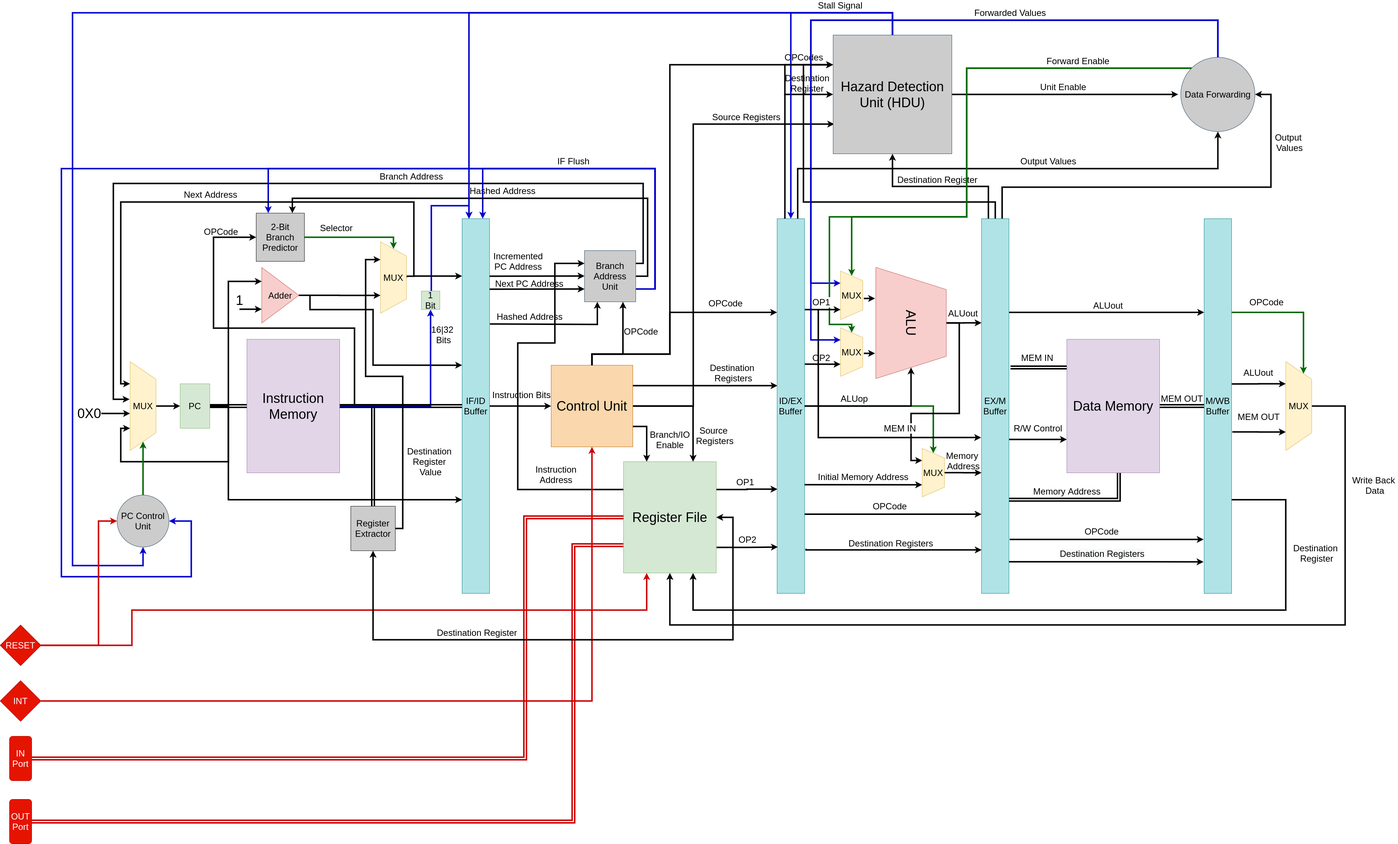
Above: docs/overall_system.png in mido3ds/pipeline-risc-cpu (draw.io), before the change. Source tidied: cells renumbered, new cells last; positions are measured from the earlier drawing's top-left corner, leaving out a move shared by most shapes.
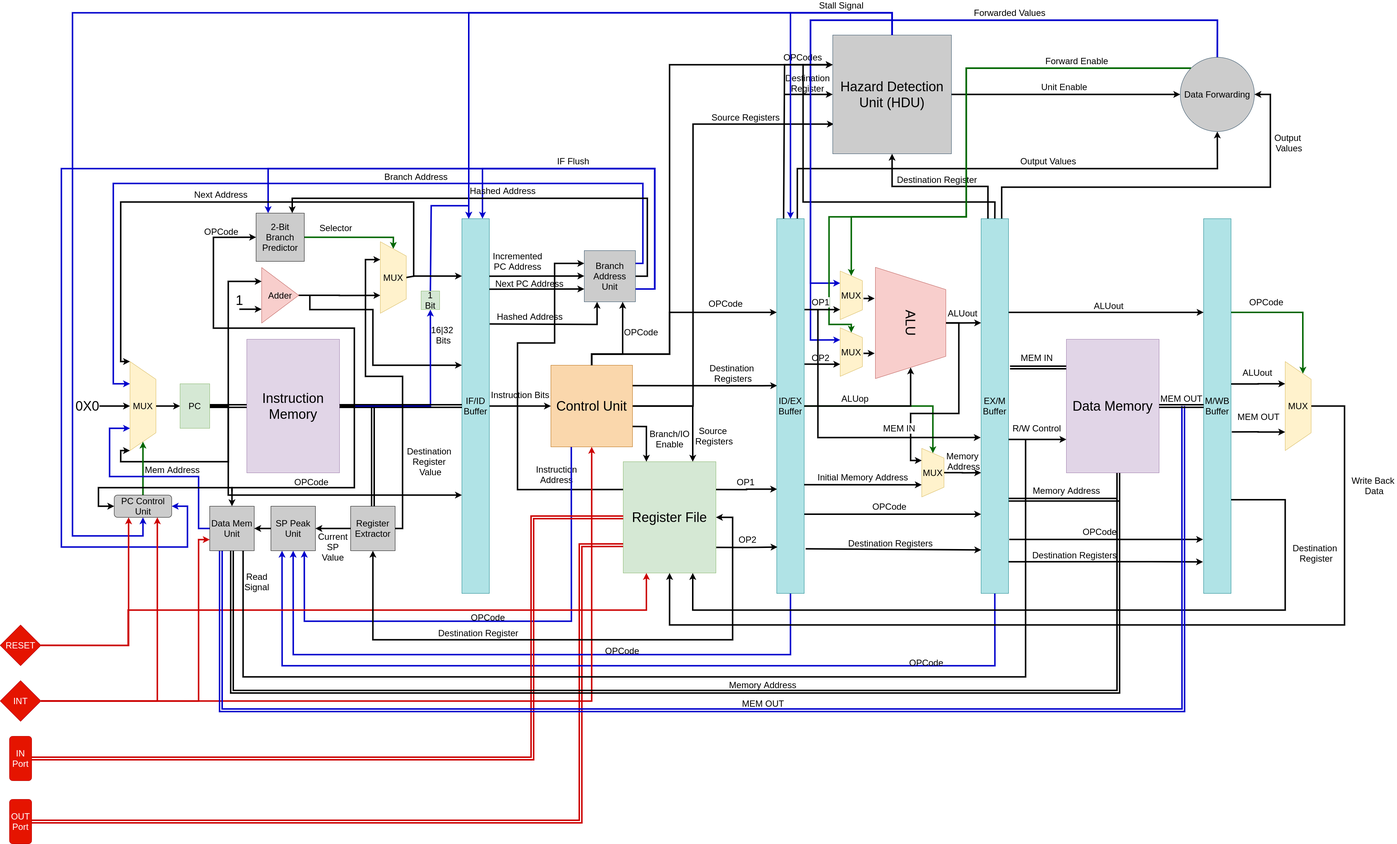
The same file after the commit.

Commit message:
added call and interrupt handling to overall design

The edit, as a diff of the source:
```diff
@@ -62,3 +62,3 @@
     </mxCell>
-    <mxCell id="14" style="edgeStyle=orthogonalEdgeStyle;rounded=0;jettySize=auto;html=1;exitX=1;exitY=0.5;exitDx=0;exitDy=0;entryX=0.75;entryY=1;entryDx=0;entryDy=0;strokeWidth=4;" parent="1" edge="1" source="16" target="11">
+    <mxCell id="14" style="edgeStyle=orthogonalEdgeStyle;rounded=0;jettySize=auto;html=1;exitX=1;exitY=0.5;exitDx=0;exitDy=0;entryX=1;entryY=1;entryDx=0;entryDy=0;strokeWidth=4;" parent="1" edge="1" source="16" target="11">
       <mxGeometry relative="1" as="geometry">
@@ -68,3 +68,3 @@
           <mxPoint x="325" y="1210" />
-          <mxPoint x="325" y="1120" />
+          <mxPoint x="325" y="1180" />
         </Array>
@@ -72,7 +72,8 @@
     </mxCell>
-    <mxCell id="15" style="edgeStyle=orthogonalEdgeStyle;rounded=0;jettySize=auto;html=1;exitX=1;exitY=0.5;exitDx=0;exitDy=0;labelBackgroundColor=none;startArrow=none;startFill=0;strokeColor=#000000;strokeWidth=4;fontColor=#000000;entryX=0;entryY=0.75;entryDx=0;entryDy=0;" parent="1" edge="1" source="16" target="4">
+    <mxCell id="15" style="edgeStyle=orthogonalEdgeStyle;rounded=0;jettySize=auto;html=1;exitX=1;exitY=0.5;exitDx=0;exitDy=0;labelBackgroundColor=none;startArrow=none;startFill=0;strokeColor=#000000;strokeWidth=4;fontColor=#000000;" parent="1" edge="1" source="16">
       <mxGeometry relative="1" as="geometry">
+        <mxPoint x="1245" y="1300" as="targetPoint" />
         <Array as="points">
           <mxPoint x="615" y="1060" />
-          <mxPoint x="615" y="1313" />
+          <mxPoint x="615" y="1300" />
         </Array>
@@ -86,5 +87,2 @@
     </mxCell>
-    <mxCell id="18" value="&lt;font style=&quot;font-size: 24px&quot;&gt;PC Control Unit&lt;/font&gt;" style="ellipse;whiteSpace=wrap;html=1;fillColor=#CCCCCC;strokeColor=#23445d;" parent="1" vertex="1">
-      <mxGeometry x="315" y="1300" width="140" height="140" as="geometry" />
-    </mxCell>
     <mxCell id="19" style="edgeStyle=orthogonalEdgeStyle;rounded=0;jettySize=auto;html=1;exitX=1;exitY=0.25;exitDx=0;exitDy=0;fillColor=none;strokeWidth=4;" parent="1" edge="1" source="27">
@@ -150,2 +148,10 @@
     </mxCell>
+    <mxCell id="128" value="&lt;font style=&quot;font-size: 24px&quot;&gt;OPCode&lt;/font&gt;" style="edgeStyle=orthogonalEdgeStyle;rounded=0;jettySize=auto;html=1;exitX=0.25;exitY=1;exitDx=0;exitDy=0;entryX=0.75;entryY=1;entryDx=0;entryDy=0;labelBackgroundColor=none;strokeColor=#0000CC;strokeWidth=4;" parent="1" edge="1" source="27" target="137">
+      <mxGeometry x="-0.33" y="-225" relative="1" as="geometry">
+        <Array as="points">
+          <mxPoint x="1540" y="1640" />
+          <mxPoint x="820" y="1640" />
+        </Array>
+      </mxGeometry>
+    </mxCell>
     <mxCell id="27" value="&lt;font style=&quot;font-size: 36px&quot;&gt;Control Unit&lt;/font&gt;" style="whiteSpace=wrap;html=1;fillColor=#fad7ac;strokeColor=#b46504;" parent="1" vertex="1">
@@ -161,4 +167,4 @@
         <Array as="points">
-          <mxPoint x="1545" y="1435" />
-          <mxPoint x="1545" y="2180" />
+          <mxPoint x="1565" y="1435" />
+          <mxPoint x="1565" y="2180" />
         </Array>
@@ -215,2 +221,11 @@
     </mxCell>
+    <mxCell id="129" value="&lt;font style=&quot;font-size: 24px&quot;&gt;OPCode&lt;/font&gt;" style="edgeStyle=orthogonalEdgeStyle;rounded=0;jettySize=auto;html=1;exitX=0.5;exitY=1;exitDx=0;exitDy=0;entryX=0.5;entryY=1;entryDx=0;entryDy=0;labelBackgroundColor=none;strokeColor=#0000CC;strokeWidth=4;" parent="1" edge="1" source="38" target="137">
+      <mxGeometry x="-0.3" y="-10" relative="1" as="geometry">
+        <Array as="points">
+          <mxPoint x="2131" y="1730" />
+          <mxPoint x="790" y="1730" />
+        </Array>
+        <mxPoint x="1" as="offset" />
+      </mxGeometry>
+    </mxCell>
     <mxCell id="38" value="&lt;font style=&quot;font-size: 24px&quot;&gt;ID/EX Buffer&lt;/font&gt;" style="rounded=0;whiteSpace=wrap;html=1;fillColor=#b0e3e6;strokeColor=#0e8088;" parent="1" vertex="1">
@@ -218,3 +233,3 @@
     </mxCell>
-    <mxCell id="39" style="edgeStyle=orthogonalEdgeStyle;rounded=0;jettySize=auto;html=1;exitX=1;exitY=0.25;exitDx=0;exitDy=0;entryX=0.424;entryY=1.019;entryDx=0;entryDy=0;fillColor=none;strokeWidth=4;entryPerimeter=0;" parent="1" edge="1" source="45" target="11">
+    <mxCell id="39" style="edgeStyle=orthogonalEdgeStyle;rounded=0;jettySize=auto;html=1;exitX=1;exitY=0.25;exitDx=0;exitDy=0;entryX=0.25;entryY=1;entryDx=0;entryDy=0;fillColor=none;strokeWidth=4;strokeColor=#0000CC;" parent="1" edge="1" source="45" target="11">
       <mxGeometry relative="1" as="geometry">
@@ -224,3 +239,3 @@
           <mxPoint x="305" y="460" />
-          <mxPoint x="305" y="1042" />
+          <mxPoint x="305" y="1000" />
         </Array>
@@ -248,5 +263,5 @@
           <mxPoint x="165" y="420" />
-          <mxPoint x="165" y="1520" />
-          <mxPoint x="515" y="1520" />
-          <mxPoint x="515" y="1370" />
+          <mxPoint x="165" y="1440" />
+          <mxPoint x="505" y="1440" />
+          <mxPoint x="505" y="1330" />
         </Array>
@@ -339,2 +354,15 @@
     </mxCell>
+    <mxCell id="130" style="edgeStyle=orthogonalEdgeStyle;rounded=0;jettySize=auto;html=1;exitX=0.5;exitY=1;exitDx=0;exitDy=0;entryX=0.25;entryY=1;entryDx=0;entryDy=0;labelBackgroundColor=none;strokeColor=#0000CC;strokeWidth=4;" parent="1" edge="1" source="57" target="137">
+      <mxGeometry relative="1" as="geometry">
+        <Array as="points">
+          <mxPoint x="2682" y="1760" />
+          <mxPoint x="760" y="1760" />
+        </Array>
+      </mxGeometry>
+    </mxCell>
+    <mxCell id="131" value="&lt;font style=&quot;font-size: 24px&quot;&gt;OPCode&lt;/font&gt;" style="text;html=1;align=center;verticalAlign=middle;labelBackgroundColor=none;" parent="130" vertex="1">
+      <mxGeometry x="-0.08" y="-8" relative="1" as="geometry">
+        <mxPoint x="738" y="-2" as="offset" />
+      </mxGeometry>
+    </mxCell>
     <mxCell id="57" value="&lt;font style=&quot;font-size: 24px&quot;&gt;EX/M&lt;br&gt;Buffer&lt;/font&gt;" style="rounded=0;whiteSpace=wrap;html=1;fillColor=#b0e3e6;strokeColor=#0e8088;" parent="1" vertex="1">
@@ -375,5 +403,2 @@
     </mxCell>
-    <mxCell id="63" value="&lt;font style=&quot;font-size: 24px&quot;&gt;MEM OUT&lt;/font&gt;" style="edgeStyle=orthogonalEdgeStyle;rounded=0;jettySize=auto;html=1;exitX=1;exitY=0.5;exitDx=0;exitDy=0;entryX=0;entryY=0.5;entryDx=0;entryDy=0;fillColor=none;strokeWidth=4;shape=link;" parent="1" edge="1" source="64" target="62">
-      <mxGeometry y="20" relative="1" as="geometry" />
-    </mxCell>
     <mxCell id="64" value="&lt;font style=&quot;font-size: 36px&quot;&gt;Data Memory&lt;/font&gt;" style="rounded=0;whiteSpace=wrap;html=1;fillColor=#e1d5e7;strokeColor=#9673a6;" parent="1" vertex="1">
@@ -410,2 +435,11 @@
     </mxCell>
+    <mxCell id="132" value="&lt;font style=&quot;font-size: 24px&quot;&gt;OPCode&lt;/font&gt;" style="edgeStyle=orthogonalEdgeStyle;rounded=0;jettySize=auto;html=1;exitX=1;exitY=0.5;exitDx=0;exitDy=0;labelBackgroundColor=none;strokeColor=#000000;strokeWidth=4;" parent="1" edge="1" source="70" target="146">
+      <mxGeometry x="0.17" y="-15" relative="1" as="geometry">
+        <Array as="points">
+          <mxPoint x="955" y="1060" />
+          <mxPoint x="955" y="1280" />
+          <mxPoint x="625" y="1280" />
+        </Array>
+      </mxGeometry>
+    </mxCell>
     <mxCell id="70" value="&lt;font style=&quot;font-size: 36px&quot;&gt;Instruction Memory&lt;/font&gt;" style="rounded=0;whiteSpace=wrap;html=1;fillColor=#e1d5e7;strokeColor=#9673a6;" parent="1" vertex="1">
@@ -413,6 +447,4 @@
     </mxCell>
-    <mxCell id="71" value="&lt;font style=&quot;font-size: 24px&quot;&gt;Unit Enable&lt;/font&gt;" style="edgeStyle=orthogonalEdgeStyle;rounded=0;jettySize=auto;html=1;exitX=1;exitY=0.5;exitDx=0;exitDy=0;fillColor=none;strokeWidth=4;" parent="1" edge="1" source="74">
-      <mxGeometry x="-0.02" y="20" relative="1" as="geometry">
-        <mxPoint x="3175" y="220" as="targetPoint" />
-      </mxGeometry>
+    <mxCell id="71" value="&lt;font style=&quot;font-size: 24px&quot;&gt;Unit Enable&lt;/font&gt;" style="edgeStyle=orthogonalEdgeStyle;rounded=0;jettySize=auto;html=1;exitX=1;exitY=0.5;exitDx=0;exitDy=0;fillColor=none;strokeWidth=4;entryX=0;entryY=0.5;entryDx=0;entryDy=0;" parent="1" edge="1" source="74" target="79">
+      <mxGeometry x="-0.02" y="20" relative="1" as="geometry" />
     </mxCell>
@@ -423,4 +455,4 @@
           <mxPoint x="195" />
-          <mxPoint x="195" y="1490" />
-          <mxPoint x="385" y="1490" />
+          <mxPoint x="195" y="1410" />
+          <mxPoint x="385" y="1410" />
         </Array>
@@ -516,10 +548,2 @@
     </mxCell>
-    <mxCell id="87" style="edgeStyle=orthogonalEdgeStyle;rounded=0;jettySize=auto;html=1;exitX=1;exitY=0.5;exitDx=0;exitDy=0;entryX=0;entryY=0.5;entryDx=0;entryDy=0;strokeColor=#CC0000;strokeWidth=4;fillColor=none;" parent="1" edge="1" source="88" target="18">
-      <mxGeometry relative="1" as="geometry">
-        <Array as="points">
-          <mxPoint x="265" y="1705" />
-          <mxPoint x="265" y="1370" />
-        </Array>
-      </mxGeometry>
-    </mxCell>
     <mxCell id="88" value="&lt;font style=&quot;font-size: 24px&quot;&gt;RESET&lt;/font&gt;" style="rhombus;whiteSpace=wrap;html=1;fillColor=#e51400;strokeColor=#B20000;fontColor=#ffffff;" parent="1" vertex="1">
@@ -530,2 +554,13 @@
     </mxCell>
+    <mxCell id="133" style="edgeStyle=orthogonalEdgeStyle;rounded=0;jettySize=auto;html=1;exitX=1;exitY=0.5;exitDx=0;exitDy=0;entryX=0.75;entryY=1;entryDx=0;entryDy=0;labelBackgroundColor=none;endArrow=classic;endFill=1;strokeColor=#CC0000;strokeWidth=4;" parent="1" edge="1" source="90" target="18">
+      <mxGeometry relative="1" as="geometry" />
+    </mxCell>
+    <mxCell id="134" style="edgeStyle=orthogonalEdgeStyle;rounded=0;jettySize=auto;html=1;exitX=1;exitY=0.5;exitDx=0;exitDy=0;entryX=0;entryY=0.75;entryDx=0;entryDy=0;labelBackgroundColor=none;endArrow=classic;endFill=1;strokeColor=#CC0000;strokeWidth=4;" parent="1" edge="1" source="90" target="146">
+      <mxGeometry relative="1" as="geometry">
+        <Array as="points">
+          <mxPoint x="535" y="1855" />
+          <mxPoint x="535" y="1420" />
+        </Array>
+      </mxGeometry>
+    </mxCell>
     <mxCell id="90" value="&lt;font style=&quot;font-size: 24px&quot;&gt;INT&lt;/font&gt;" style="rhombus;whiteSpace=wrap;html=1;fillColor=#e51400;strokeColor=#B20000;fontColor=#ffffff;" parent="1" vertex="1">
@@ -533,6 +568,5 @@
     </mxCell>
-    <mxCell id="91" value="&lt;font style=&quot;font-size: 36px&quot;&gt;0X0&lt;/font&gt;" style="endArrow=classic;html=1;strokeWidth=4;" parent="1" edge="1">
+    <mxCell id="91" value="&lt;font style=&quot;font-size: 36px&quot;&gt;0X0&lt;/font&gt;" style="endArrow=classic;html=1;strokeWidth=4;entryX=0.5;entryY=1;entryDx=0;entryDy=0;" parent="1" edge="1" target="11">
       <mxGeometry x="-1" y="-30" relative="1" as="geometry">
-        <mxPoint x="270" y="1080" as="sourcePoint" />
-        <mxPoint x="350" y="1080" as="targetPoint" />
+        <mxPoint x="265" y="1060" as="sourcePoint" />
         <mxPoint x="-30" y="-30" as="offset" />
@@ -554,4 +588,4 @@
         <Array as="points">
-          <mxPoint x="1415" y="2010" />
-          <mxPoint x="1415" y="1360" />
+          <mxPoint x="1435" y="2010" />
+          <mxPoint x="1435" y="1360" />
         </Array>
@@ -588,3 +622,3 @@
       <mxGeometry x="-0.18" y="-9" relative="1" as="geometry">
-        <mxPoint x="35" y="-31.5" as="offset" />
+        <mxPoint x="29" y="-31.5" as="offset" />
       </mxGeometry>
@@ -601,5 +635,5 @@
     </mxCell>
-    <mxCell id="103" value="&lt;span style=&quot;font-size: 24px ; text-align: left ; background-color: rgb(248 , 249 , 250)&quot;&gt;Destination Registers&lt;/span&gt;" style="text;html=1;align=center;verticalAlign=middle;labelBackgroundColor=#ffffff;" parent="102" vertex="1">
+    <mxCell id="103" value="&lt;span style=&quot;font-size: 24px ; text-align: left ; background-color: rgb(255 , 255 , 255)&quot;&gt;Destination Registers&lt;/span&gt;" style="text;html=1;align=center;verticalAlign=middle;labelBackgroundColor=#FFFFFF;" parent="102" vertex="1">
       <mxGeometry x="-0.18" y="-9" relative="1" as="geometry">
-        <mxPoint x="35" y="-31.5" as="offset" />
+        <mxPoint x="-39.8" y="-28.7" as="offset" />
       </mxGeometry>
@@ -665,4 +699,4 @@
         <Array as="points">
-          <mxPoint x="355" y="1705" />
-          <mxPoint x="355" y="1610" />
+          <mxPoint x="345" y="1705" />
+          <mxPoint x="345" y="1610" />
           <mxPoint x="1743" y="1610" />
@@ -695,2 +729,5 @@
     </mxCell>
+    <mxCell id="135" value="&lt;font style=&quot;font-size: 24px&quot;&gt;Current&lt;br&gt;SP&lt;br&gt;Value&lt;/font&gt;" style="edgeStyle=orthogonalEdgeStyle;rounded=0;jettySize=auto;html=1;exitX=0;exitY=0.5;exitDx=0;exitDy=0;entryX=1;entryY=0.5;entryDx=0;entryDy=0;strokeColor=#000000;strokeWidth=4;labelBackgroundColor=none;" parent="1" edge="1" source="115" target="137">
+      <mxGeometry x="0.05" y="50" relative="1" as="geometry" />
+    </mxCell>
     <mxCell id="115" value="&lt;font style=&quot;font-size: 24px&quot;&gt;Register Extractor&lt;/font&gt;" style="whiteSpace=wrap;html=1;fontColor=#000000;fillColor=#CCCCCC;" parent="1" vertex="1">
@@ -715,3 +752,3 @@
     </mxCell>
-    <mxCell id="119" value="&lt;font style=&quot;font-size: 24px&quot;&gt;Next Address&lt;/font&gt;" style="edgeStyle=orthogonalEdgeStyle;rounded=0;jettySize=auto;html=1;exitX=0.5;exitY=0;exitDx=0;exitDy=0;entryX=0.25;entryY=1;entryDx=0;entryDy=0;strokeColor=#000000;strokeWidth=4;fillColor=none;" parent="1" edge="1" source="120" target="11">
+    <mxCell id="119" value="&lt;font style=&quot;font-size: 24px&quot;&gt;Next Address&lt;/font&gt;" style="edgeStyle=orthogonalEdgeStyle;rounded=0;jettySize=auto;html=1;exitX=0.5;exitY=0;exitDx=0;exitDy=0;entryX=0;entryY=1;entryDx=0;entryDy=0;strokeColor=#000000;strokeWidth=4;fillColor=none;" parent="1" edge="1" source="120" target="11">
       <mxGeometry x="0.01" y="-20" relative="1" as="geometry">
@@ -722,3 +759,3 @@
           <mxPoint x="325" y="510" />
-          <mxPoint x="325" y="1000" />
+          <mxPoint x="325" y="940" />
         </Array>
@@ -761,2 +798,93 @@
     </mxCell>
+    <mxCell id="136" style="edgeStyle=orthogonalEdgeStyle;rounded=0;jettySize=auto;html=1;exitX=0;exitY=0.5;exitDx=0;exitDy=0;entryX=1;entryY=0.5;entryDx=0;entryDy=0;labelBackgroundColor=none;strokeColor=#000000;strokeWidth=4;" parent="1" edge="1" source="137" target="146">
+      <mxGeometry relative="1" as="geometry" />
+    </mxCell>
+    <mxCell id="137" value="&lt;font style=&quot;font-size: 24px&quot;&gt;SP Peak Unit&lt;/font&gt;" style="whiteSpace=wrap;html=1;fontColor=#000000;fillColor=#CCCCCC;" parent="1" vertex="1">
+      <mxGeometry x="730" y="1330" width="120" height="120" as="geometry" />
+    </mxCell>
+    <mxCell id="138" style="edgeStyle=orthogonalEdgeStyle;rounded=0;jettySize=auto;html=1;exitX=0.75;exitY=1;exitDx=0;exitDy=0;labelBackgroundColor=none;strokeColor=#000000;strokeWidth=4;endArrow=none;endFill=0;" parent="1" edge="1" source="146">
+      <mxGeometry relative="1" as="geometry">
+        <mxPoint x="2765" y="1150" as="targetPoint" />
+        <Array as="points">
+          <mxPoint x="655" y="1790" />
+          <mxPoint x="2765" y="1790" />
+          <mxPoint x="2765" y="1150" />
+        </Array>
+      </mxGeometry>
+    </mxCell>
+    <mxCell id="139" value="&lt;font style=&quot;font-size: 24px&quot;&gt;Read&lt;br&gt;Signal&lt;/font&gt;" style="text;html=1;align=center;verticalAlign=middle;labelBackgroundColor=none;" parent="138" vertex="1">
+      <mxGeometry x="-0.95" relative="1" as="geometry">
+        <mxPoint x="35" y="-2.4" as="offset" />
+      </mxGeometry>
+    </mxCell>
+    <mxCell id="140" style="edgeStyle=orthogonalEdgeStyle;rounded=0;jettySize=auto;html=1;exitX=0.5;exitY=1;exitDx=0;exitDy=0;labelBackgroundColor=none;endArrow=none;endFill=0;strokeColor=#000000;strokeWidth=4;shape=link;" parent="1" edge="1" source="146">
+      <mxGeometry relative="1" as="geometry">
+        <mxPoint x="3015" y="1310" as="targetPoint" />
+        <Array as="points">
+          <mxPoint x="625" y="1830" />
+          <mxPoint x="3015" y="1830" />
+          <mxPoint x="3015" y="1310" />
+        </Array>
+      </mxGeometry>
+    </mxCell>
+    <mxCell id="141" value="&lt;font style=&quot;font-size: 24px&quot;&gt;Memory Address&lt;/font&gt;" style="text;html=1;align=center;verticalAlign=middle;labelBackgroundColor=none;" parent="140" vertex="1">
+      <mxGeometry x="0.11" y="4" relative="1" as="geometry">
+        <mxPoint x="-11.1" y="-16.1" as="offset" />
+      </mxGeometry>
+    </mxCell>
+    <mxCell id="142" style="edgeStyle=orthogonalEdgeStyle;shape=link;rounded=0;jettySize=auto;html=1;exitX=0.25;exitY=1;exitDx=0;exitDy=0;labelBackgroundColor=none;endArrow=none;endFill=0;strokeColor=#0000CC;strokeWidth=4;" parent="1" edge="1" source="146">
+      <mxGeometry relative="1" as="geometry">
+        <mxPoint x="3190" y="1060" as="targetPoint" />
+        <Array as="points">
+          <mxPoint x="595" y="1880" />
+          <mxPoint x="3190" y="1880" />
+        </Array>
+      </mxGeometry>
+    </mxCell>
+    <mxCell id="143" value="&lt;font style=&quot;font-size: 24px&quot;&gt;MEM OUT&lt;/font&gt;" style="text;html=1;align=center;verticalAlign=middle;labelBackgroundColor=none;" parent="142" vertex="1">
+      <mxGeometry x="-0.04" y="-8" relative="1" as="geometry">
+        <mxPoint x="37.5" y="-28" as="offset" />
+      </mxGeometry>
+    </mxCell>
+    <mxCell id="144" style="edgeStyle=orthogonalEdgeStyle;rounded=0;jettySize=auto;html=1;exitX=0;exitY=0.5;exitDx=0;exitDy=0;entryX=0.75;entryY=1;entryDx=0;entryDy=0;labelBackgroundColor=none;endArrow=classic;endFill=1;strokeColor=#0000CC;strokeWidth=4;" parent="1" edge="1" source="146" target="11">
+      <mxGeometry relative="1" as="geometry">
+        <Array as="points">
+          <mxPoint x="535" y="1390" />
+          <mxPoint x="535" y="1250" />
+          <mxPoint x="295" y="1250" />
+          <mxPoint x="295" y="1120" />
+        </Array>
+      </mxGeometry>
+    </mxCell>
+    <mxCell id="145" value="&lt;font style=&quot;font-size: 24px&quot;&gt;Mem Address&lt;/font&gt;" style="text;html=1;align=center;verticalAlign=middle;labelBackgroundColor=none;" parent="144" vertex="1">
+      <mxGeometry x="-0.1" relative="1" as="geometry">
+        <mxPoint x="24.6" y="-20.1" as="offset" />
+      </mxGeometry>
+    </mxCell>
+    <mxCell id="146" value="&lt;font style=&quot;font-size: 24px&quot;&gt;Data Mem Unit&lt;/font&gt;" style="whiteSpace=wrap;html=1;fontColor=#000000;fillColor=#CCCCCC;" parent="1" vertex="1">
+      <mxGeometry x="565" y="1330" width="120" height="120" as="geometry" />
+    </mxCell>
+    <mxCell id="63" value="&lt;font style=&quot;font-size: 24px&quot;&gt;MEM OUT&lt;/font&gt;" style="edgeStyle=orthogonalEdgeStyle;rounded=0;jettySize=auto;html=1;exitX=1;exitY=0.5;exitDx=0;exitDy=0;entryX=0;entryY=0.5;entryDx=0;entryDy=0;fillColor=none;strokeWidth=4;shape=link;" parent="1" edge="1" source="64" target="62">
+      <mxGeometry y="20" relative="1" as="geometry" />
+    </mxCell>
+    <mxCell id="147" style="edgeStyle=orthogonalEdgeStyle;rounded=0;jettySize=auto;html=1;exitX=0;exitY=0.5;exitDx=0;exitDy=0;labelBackgroundColor=none;endArrow=none;endFill=0;strokeColor=#000000;strokeWidth=4;startArrow=classic;startFill=1;" parent="1" edge="1" source="18">
+      <mxGeometry relative="1" as="geometry">
+        <mxPoint x="625" y="1290" as="targetPoint" />
+        <Array as="points">
+          <mxPoint x="265" y="1330" />
+          <mxPoint x="265" y="1280" />
+          <mxPoint x="625" y="1280" />
+        </Array>
+      </mxGeometry>
+    </mxCell>
+    <mxCell id="18" value="&lt;font style=&quot;font-size: 24px&quot;&gt;PC Control Unit&lt;/font&gt;" style="rounded=1;whiteSpace=wrap;html=1;labelBackgroundColor=none;gradientColor=none;fillColor=#CCCCCC;" parent="1" vertex="1">
+      <mxGeometry x="307.5" y="1300" width="155" height="60" as="geometry" />
+    </mxCell>
+    <mxCell id="87" style="edgeStyle=orthogonalEdgeStyle;rounded=0;jettySize=auto;html=1;exitX=1;exitY=0.5;exitDx=0;exitDy=0;entryX=0.25;entryY=1;entryDx=0;entryDy=0;strokeColor=#CC0000;strokeWidth=4;fillColor=none;" parent="1" edge="1" source="88" target="18">
+      <mxGeometry relative="1" as="geometry">
+        <Array as="points">
+          <mxPoint x="346" y="1705" />
+        </Array>
+      </mxGeometry>
+    </mxCell>
   </root>
```
